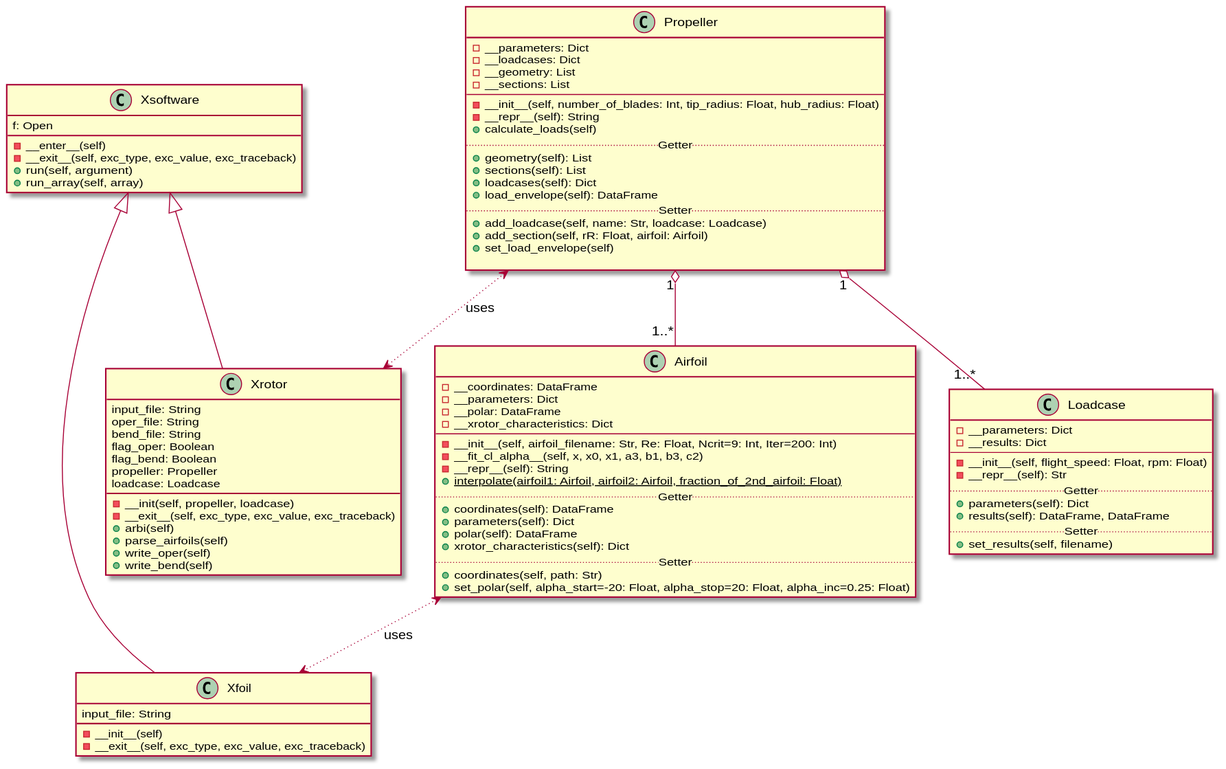
Above: docs/images/uml/classdiagram.svg in lukitox/master-thesis (PlantUML), before the change. Its diagram source:
```plantuml
@startuml

Xsoftware <|-- Xfoil
Xsoftware <|-- Xrotor
Airfoil <-[dotted]-> Xfoil : uses
Propeller <-[dotted]-> Xrotor: uses
Propeller "1" o-- "1..*" Airfoil
Propeller "1" o-- "1..*" Loadcase




class Xsoftware {
  f: Open
  -__enter__(self)
  -__exit__(self, exc_type, exc_value, exc_traceback)
  +run(self, argument)
  +run_array(self, array)
}

class Xfoil {
  input_file: String
  -__init__(self)
  -__exit__(self, exc_type, exc_value, exc_traceback)
}

class Xrotor {
  input_file: String
  oper_file: String
  bend_file: String
  flag_oper: Boolean
  flag_bend: Boolean
  propeller: Propeller
  loadcase: Loadcase
  -__init(self, propeller, loadcase)
  -__exit__(self, exc_type, exc_value, exc_traceback)
  +arbi(self)
  +parse_airfoils(self)
  +write_oper(self)
  +write_bend(self)
}

class Airfoil{
  -__coordinates: DataFrame
  -__parameters: Dict
  -__polar: DataFrame
  -__xrotor_characteristics: Dict
  --
  -__init__(self, airfoil_filename: Str, Re: Float, Ncrit=9: Int, Iter=200: Int)
  -__fit_cl_alpha__(self, x, x0, x1, a3, b1, b3, c2)
  -__repr__(self): String
  +{static}interpolate(airfoil1: Airfoil, airfoil2: Airfoil, fraction_of_2nd_airfoil: Float)
  ..Getter..
  +coordinates(self): DataFrame
  +parameters(self): Dict
  +polar(self): DataFrame
  +xrotor_characteristics(self): Dict
  ..Setter..
  +coordinates(self, path: Str)
  +set_polar(self, alpha_start=-20: Float, alpha_stop=20: Float, alpha_inc=0.25: Float)
}

class Propeller{
  -__parameters: Dict
  -__loadcases: Dict
  -__geometry: List
  -__sections: List
  --
  -__init__(self, number_of_blades: Int, tip_radius: Float, hub_radius: Float)
  -__repr__(self): String
  +calculate_loads(self)
  ..Getter..
  +geometry(self): List
  +sections(self): List
  +loadcases(self): Dict
  +load_envelope(self): DataFrame
  ..Setter..
  +add_loadcase(self, name: Str, loadcase: Loadcase)
  +add_section(self, rR: Float, airfoil: Airfoil)
  +set_load_envelope(self)

}
class Loadcase{
  -__parameters: Dict
  -__results: Dict
  --
  -__init__(self, flight_speed: Float, rpm: Float)
  -__repr__(self): Str
  ..Getter..
  +parameters(self): Dict
  +results(self): DataFrame, DataFrame
  ..Setter..
  +set_results(self, filename)
}

@enduml
```
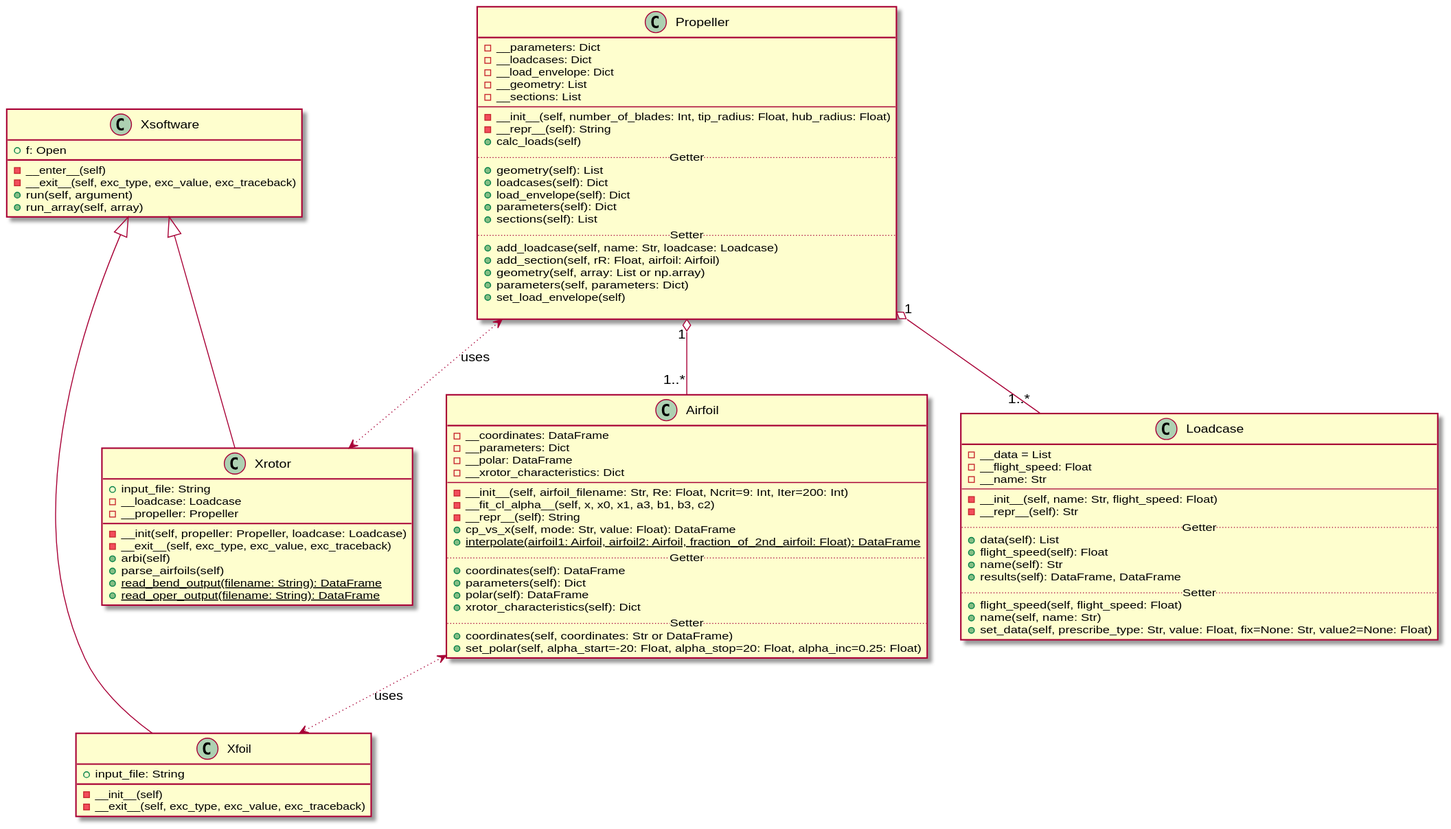
After the commit.

Change to the diagram source:
```diff
@@ -11,7 +11,7 @@
 
 
 class Xsoftware {
-  f: Open
+  +f: Open
   -__enter__(self)
   -__exit__(self, exc_type, exc_value, exc_traceback)
   +run(self, argument)
@@ -19,25 +19,21 @@
 }
 
 class Xfoil {
-  input_file: String
+  +input_file: String
   -__init__(self)
   -__exit__(self, exc_type, exc_value, exc_traceback)
 }
 
 class Xrotor {
-  input_file: String
-  oper_file: String
-  bend_file: String
-  flag_oper: Boolean
-  flag_bend: Boolean
-  propeller: Propeller
-  loadcase: Loadcase
-  -__init(self, propeller, loadcase)
+  +input_file: String
+  -__loadcase: Loadcase
+  -__propeller: Propeller
+  -__init(self, propeller: Propeller, loadcase: Loadcase)
   -__exit__(self, exc_type, exc_value, exc_traceback)
   +arbi(self)
   +parse_airfoils(self)
-  +write_oper(self)
-  +write_bend(self)
+  +{static}read_bend_output(filename: String): DataFrame
+  +{static}read_oper_output(filename: String): DataFrame
 }
 
 class Airfoil{
@@ -49,48 +45,58 @@
   -__init__(self, airfoil_filename: Str, Re: Float, Ncrit=9: Int, Iter=200: Int)
   -__fit_cl_alpha__(self, x, x0, x1, a3, b1, b3, c2)
   -__repr__(self): String
-  +{static}interpolate(airfoil1: Airfoil, airfoil2: Airfoil, fraction_of_2nd_airfoil: Float)
+  +cp_vs_x(self, mode: Str, value: Float): DataFrame
+  +{static}interpolate(airfoil1: Airfoil, airfoil2: Airfoil, fraction_of_2nd_airfoil: Float): DataFrame
   ..Getter..
   +coordinates(self): DataFrame
   +parameters(self): Dict
   +polar(self): DataFrame
   +xrotor_characteristics(self): Dict
   ..Setter..
-  +coordinates(self, path: Str)
+  +coordinates(self, coordinates: Str or DataFrame)
   +set_polar(self, alpha_start=-20: Float, alpha_stop=20: Float, alpha_inc=0.25: Float)
 }
 
 class Propeller{
   -__parameters: Dict
   -__loadcases: Dict
+  -__load_envelope: Dict
   -__geometry: List
   -__sections: List
   --
   -__init__(self, number_of_blades: Int, tip_radius: Float, hub_radius: Float)
   -__repr__(self): String
-  +calculate_loads(self)
+  +calc_loads(self)
   ..Getter..
   +geometry(self): List
+  +loadcases(self): Dict
+  +load_envelope(self): Dict
+  +parameters(self): Dict
   +sections(self): List
-  +loadcases(self): Dict
-  +load_envelope(self): DataFrame
   ..Setter..
   +add_loadcase(self, name: Str, loadcase: Loadcase)
   +add_section(self, rR: Float, airfoil: Airfoil)
+  +geometry(self, array: List or np.array)
+  +parameters(self, parameters: Dict)
   +set_load_envelope(self)
 
 }
 class Loadcase{
-  -__parameters: Dict
-  -__results: Dict
+  -__data = List
+  -__flight_speed: Float
+  -__name: Str
   --
-  -__init__(self, flight_speed: Float, rpm: Float)
+  -__init__(self, name: Str, flight_speed: Float)
   -__repr__(self): Str
   ..Getter..
-  +parameters(self): Dict
+  +data(self): List
+  +flight_speed(self): Float
+  +name(self): Str
   +results(self): DataFrame, DataFrame
   ..Setter..
-  +set_results(self, filename)
+  +flight_speed(self, flight_speed: Float)
+  +name(self, name: Str)
+  +set_data(self, prescribe_type: Str, value: Float, fix=None: Str, value2=None: Float)
 }
 
 @enduml
```
